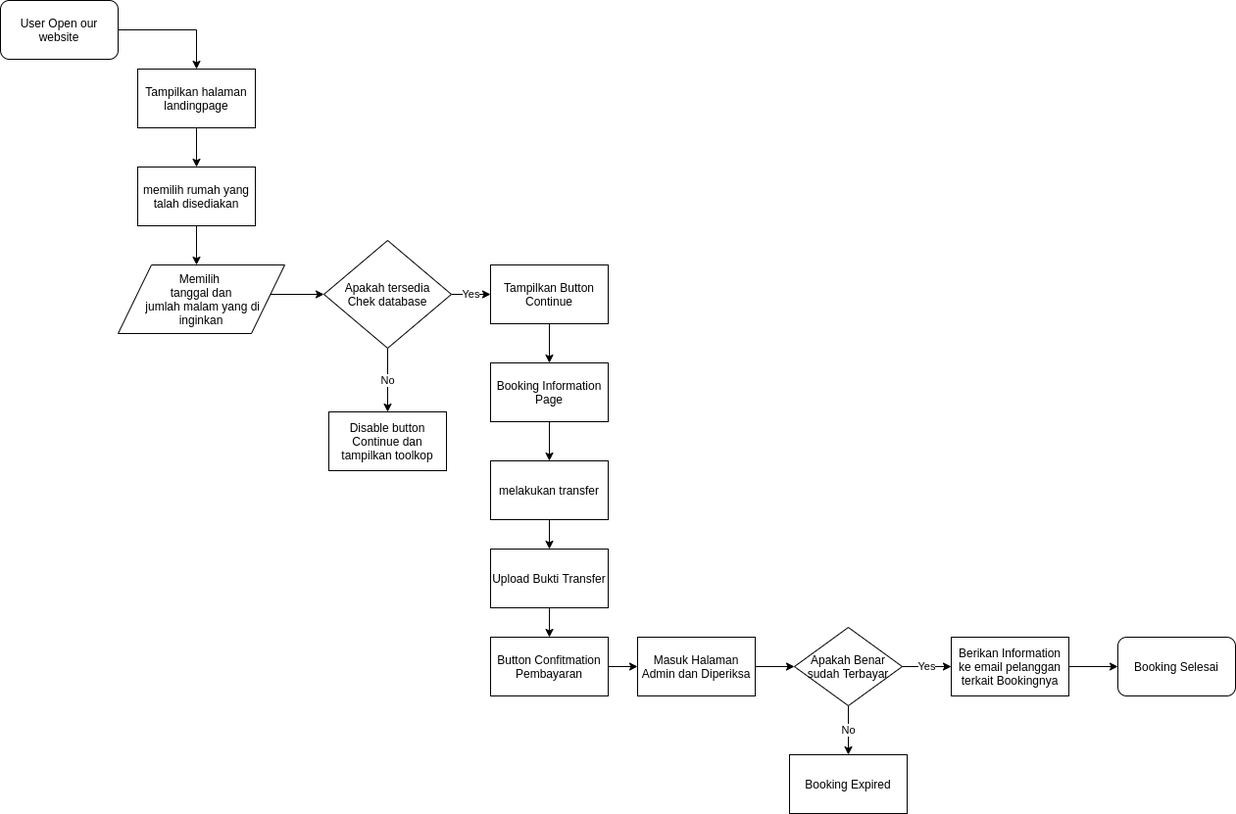
The draw.io diagram Flow-Website-Hotel.png in AnggaChelsea/Project-KKN, before a commit. Source tidied: cells renumbered, new cells last; positions are measured from the earlier drawing's top-left corner, leaving out a move shared by most shapes.
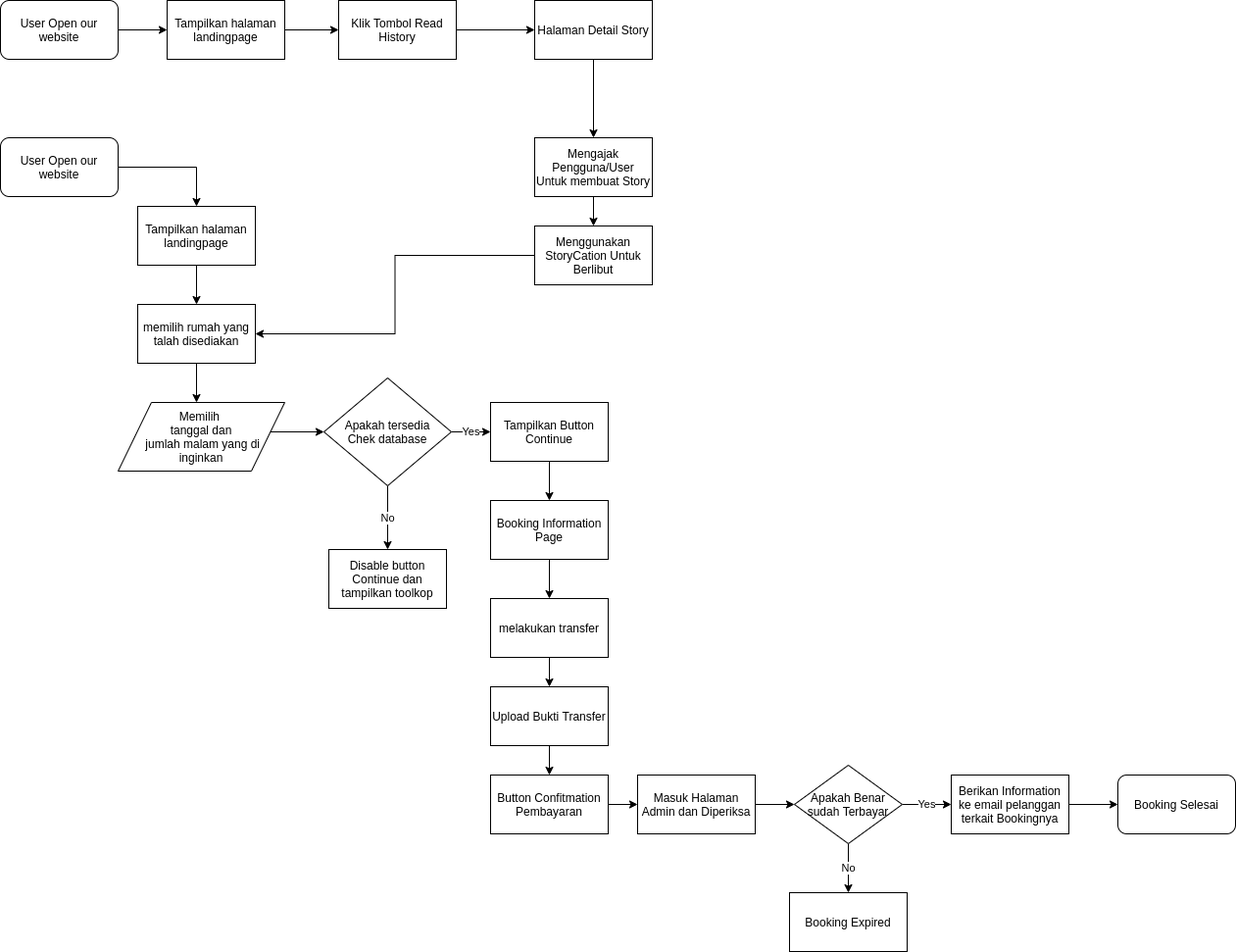
Above is the later version.

Diff of the diagram source:
```diff
@@ -8,6 +8,12 @@
     <mxCell id="3" value="User Open our website" style="rounded=1;whiteSpace=wrap;html=1;" parent="1" vertex="1">
       <mxGeometry width="120" height="60" as="geometry" />
     </mxCell>
+    <mxCell id="33" style="edgeStyle=orthogonalEdgeStyle;rounded=0;jettySize=auto;html=1;" parent="1" edge="1" source="34" target="36">
+      <mxGeometry relative="1" as="geometry" />
+    </mxCell>
+    <mxCell id="34" value="User Open our website" style="rounded=1;whiteSpace=wrap;html=1;" parent="1" vertex="1">
+      <mxGeometry y="-140" width="120" height="60" as="geometry" />
+    </mxCell>
     <mxCell id="4" style="edgeStyle=orthogonalEdgeStyle;rounded=0;jettySize=auto;html=1;" parent="1" edge="1" source="5" target="7">
       <mxGeometry relative="1" as="geometry" />
     </mxCell>
@@ -101,5 +107,35 @@
     <mxCell id="32" value="Booking Selesai" style="rounded=1;whiteSpace=wrap;html=1;" parent="1" vertex="1">
       <mxGeometry x="1140" y="650" width="120" height="60" as="geometry" />
     </mxCell>
+    <mxCell id="35" style="edgeStyle=orthogonalEdgeStyle;rounded=0;jettySize=auto;html=1;" parent="1" edge="1" source="36" target="38">
+      <mxGeometry relative="1" as="geometry" />
+    </mxCell>
+    <mxCell id="36" value="Tampilkan halaman landingpage" style="rounded=0;whiteSpace=wrap;html=1;" parent="1" vertex="1">
+      <mxGeometry x="170" y="-140" width="120" height="60" as="geometry" />
+    </mxCell>
+    <mxCell id="37" style="edgeStyle=orthogonalEdgeStyle;rounded=0;jettySize=auto;html=1;" parent="1" edge="1" source="38" target="40">
+      <mxGeometry relative="1" as="geometry" />
+    </mxCell>
+    <mxCell id="38" value="Klik Tombol Read History" style="rounded=0;whiteSpace=wrap;html=1;" parent="1" vertex="1">
+      <mxGeometry x="345" y="-140" width="120" height="60" as="geometry" />
+    </mxCell>
+    <mxCell id="39" style="edgeStyle=orthogonalEdgeStyle;rounded=0;jettySize=auto;html=1;" parent="1" edge="1" source="40" target="42">
+      <mxGeometry relative="1" as="geometry" />
+    </mxCell>
+    <mxCell id="40" value="Halaman Detail Story" style="rounded=0;whiteSpace=wrap;html=1;" parent="1" vertex="1">
+      <mxGeometry x="545" y="-140" width="120" height="60" as="geometry" />
+    </mxCell>
+    <mxCell id="41" style="edgeStyle=orthogonalEdgeStyle;rounded=0;jettySize=auto;html=1;" parent="1" edge="1" source="42" target="44">
+      <mxGeometry relative="1" as="geometry" />
+    </mxCell>
+    <mxCell id="42" value="Mengajak Pengguna/User Untuk membuat Story" style="rounded=0;whiteSpace=wrap;html=1;" parent="1" vertex="1">
+      <mxGeometry x="545" width="120" height="60" as="geometry" />
+    </mxCell>
+    <mxCell id="43" style="edgeStyle=orthogonalEdgeStyle;rounded=0;jettySize=auto;html=1;entryX=1;entryY=0.5;entryDx=0;entryDy=0;" parent="1" edge="1" source="44" target="7">
+      <mxGeometry relative="1" as="geometry" />
+    </mxCell>
+    <mxCell id="44" value="Menggunakan StoryCation Untuk Berlibut" style="rounded=0;whiteSpace=wrap;html=1;" parent="1" vertex="1">
+      <mxGeometry x="545" y="90" width="120" height="60" as="geometry" />
+    </mxCell>
   </root>
 </mxGraphModel>
```
